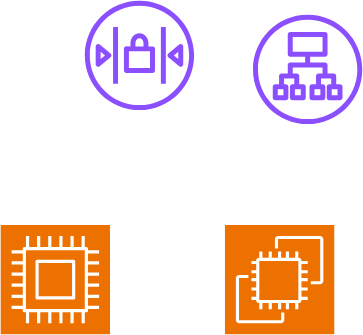
This is nio-lab.drawio.svg from TikTzuki/trade-test, a draw.io export, as it was before one commit. Source tidied: cells renumbered, new cells last; positions are measured from the earlier drawing's top-left corner, leaving out a move shared by most shapes.
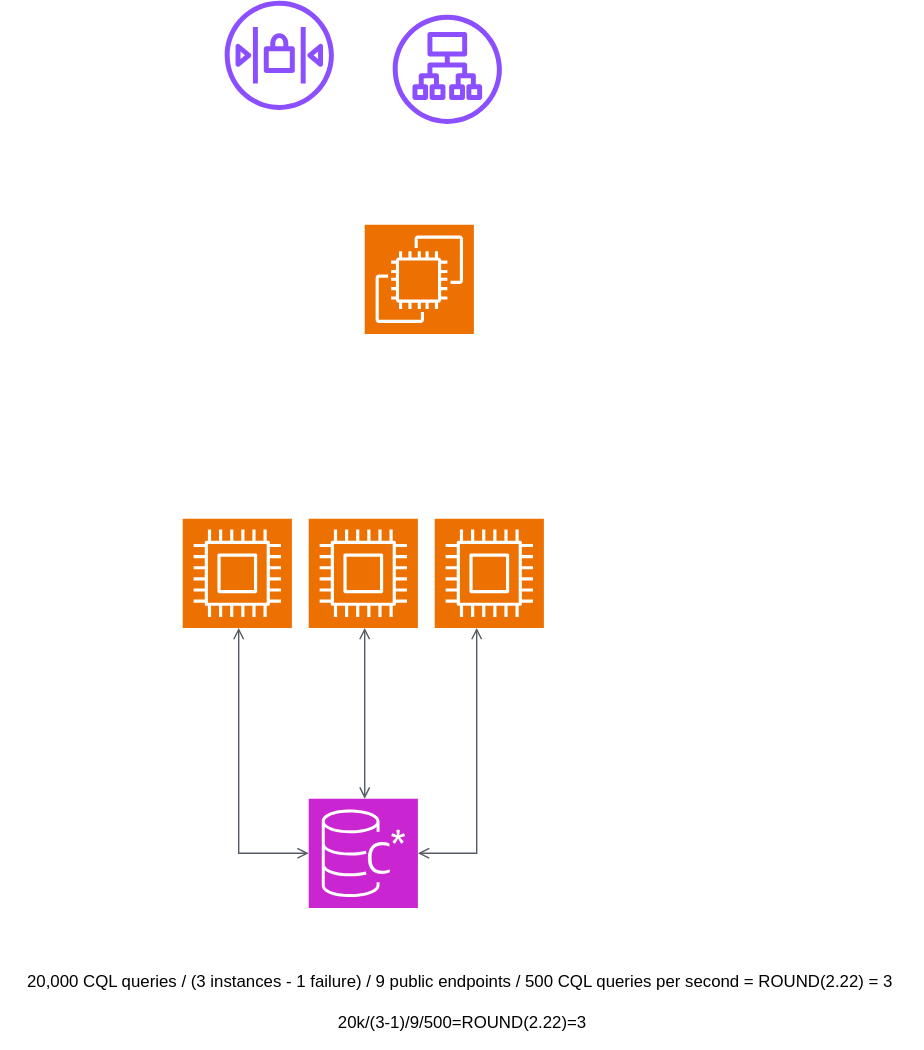
After the commit.

Diff of the diagram source:
```diff
@@ -9,10 +9,44 @@
       <mxGeometry x="160" y="160" width="78" height="78" as="geometry" />
     </mxCell>
     <mxCell id="4" style="sketch=0;points=[[0,0,0],[0.25,0,0],[0.5,0,0],[0.75,0,0],[1,0,0],[0,1,0],[0.25,1,0],[0.5,1,0],[0.75,1,0],[1,1,0],[0,0.25,0],[0,0.5,0],[0,0.75,0],[1,0.25,0],[1,0.5,0],[1,0.75,0]];outlineConnect=0;fontColor=#232F3E;fillColor=#ED7100;strokeColor=#ffffff;dashed=0;verticalLabelPosition=bottom;verticalAlign=top;align=center;html=1;fontSize=12;fontStyle=0;shape=mxgraph.aws4.resourceIcon;resIcon=mxgraph.aws4.compute;" parent="1" vertex="1">
-      <mxGeometry y="160" width="78" height="78" as="geometry" />
+      <mxGeometry x="30" y="370" width="78" height="78" as="geometry" />
     </mxCell>
     <mxCell id="5" style="sketch=0;fontColor=#232F3E;gradientColor=none;fillColor=#8C4FFF;strokeColor=none;dashed=0;verticalLabelPosition=bottom;verticalAlign=top;align=center;html=1;fontSize=12;fontStyle=0;shape=mxgraph.aws4.network_access_control_list;" parent="1" vertex="1">
       <mxGeometry x="60" width="78" height="78" as="geometry" />
     </mxCell>
+    <mxCell id="6" style="sketch=0;points=[[0,0,0],[0.25,0,0],[0.5,0,0],[0.75,0,0],[1,0,0],[0,1,0],[0.25,1,0],[0.5,1,0],[0.75,1,0],[1,1,0],[0,0.25,0],[0,0.5,0],[0,0.75,0],[1,0.25,0],[1,0.5,0],[1,0.75,0]];outlineConnect=0;fontColor=#232F3E;fillColor=#ED7100;strokeColor=#ffffff;dashed=0;verticalLabelPosition=bottom;verticalAlign=top;align=center;html=1;fontSize=12;fontStyle=0;shape=mxgraph.aws4.resourceIcon;resIcon=mxgraph.aws4.compute;" parent="1" vertex="1">
+      <mxGeometry x="120" y="370" width="78" height="78" as="geometry" />
+    </mxCell>
+    <mxCell id="7" style="sketch=0;points=[[0,0,0],[0.25,0,0],[0.5,0,0],[0.75,0,0],[1,0,0],[0,1,0],[0.25,1,0],[0.5,1,0],[0.75,1,0],[1,1,0],[0,0.25,0],[0,0.5,0],[0,0.75,0],[1,0.25,0],[1,0.5,0],[1,0.75,0]];outlineConnect=0;fontColor=#232F3E;fillColor=#ED7100;strokeColor=#ffffff;dashed=0;verticalLabelPosition=bottom;verticalAlign=top;align=center;html=1;fontSize=12;fontStyle=0;shape=mxgraph.aws4.resourceIcon;resIcon=mxgraph.aws4.compute;" parent="1" vertex="1">
+      <mxGeometry x="210" y="370" width="78" height="78" as="geometry" />
+    </mxCell>
+    <mxCell id="8" style="sketch=0;points=[[0,0,0],[0.25,0,0],[0.5,0,0],[0.75,0,0],[1,0,0],[0,1,0],[0.25,1,0],[0.5,1,0],[0.75,1,0],[1,1,0],[0,0.25,0],[0,0.5,0],[0,0.75,0],[1,0.25,0],[1,0.5,0],[1,0.75,0]];outlineConnect=0;fontColor=#232F3E;fillColor=#C925D1;strokeColor=#ffffff;dashed=0;verticalLabelPosition=bottom;verticalAlign=top;align=center;html=1;fontSize=12;fontStyle=0;shape=mxgraph.aws4.resourceIcon;resIcon=mxgraph.aws4.keyspaces;" parent="1" vertex="1">
+      <mxGeometry x="120" y="570" width="78" height="78" as="geometry" />
+    </mxCell>
+    <mxCell id="9" style="edgeStyle=orthogonalEdgeStyle;htmDepartman barl=1;endArrow=open;elbow=vertical;startArrow=open;startFill=0;endFill=0;strokeColor=#545B64;rounded=0;" parent="1" edge="1" source="4" target="8">
+      <mxGeometry relative="1" as="geometry">
+        <Array as="points">
+          <mxPoint x="70" y="609" />
+        </Array>
+      </mxGeometry>
+    </mxCell>
+    <mxCell id="10" style="edgeStyle=orthogonalEdgeStyle;htmDepartman barl=1;endArrow=open;elbow=vertical;startArrow=open;startFill=0;endFill=0;strokeColor=#545B64;rounded=0;" parent="1" edge="1" source="6" target="8">
+      <mxGeometry relative="1" as="geometry">
+        <Array as="points">
+          <mxPoint x="160" y="520" />
+          <mxPoint x="160" y="520" />
+        </Array>
+      </mxGeometry>
+    </mxCell>
+    <mxCell id="11" style="edgeStyle=orthogonalEdgeStyle;htmDepartman barl=1;endArrow=open;elbow=vertical;startArrow=open;startFill=0;endFill=0;strokeColor=#545B64;rounded=0;" parent="1" edge="1" source="7" target="8">
+      <mxGeometry relative="1" as="geometry">
+        <Array as="points">
+          <mxPoint x="240" y="609" />
+        </Array>
+      </mxGeometry>
+    </mxCell>
+    <mxCell id="12" value="20,000 CQL queries / (3 instances - 1 failure) / 9 public endpoints / 500 CQL queries per second = ROUND(2.22) = 3&amp;nbsp;&lt;br&gt;&lt;br&gt;20k/(3-1)/9/500=ROUND(2.22)=3" style="text;html=1;strokeColor=none;fillColor=none;align=center;verticalAlign=middle;whiteSpace=wrap;rounded=0;" parent="1" vertex="1">
+      <mxGeometry x="-100" y="680" width="660" height="70" as="geometry" />
+    </mxCell>
   </root>
 </mxGraphModel>
```
